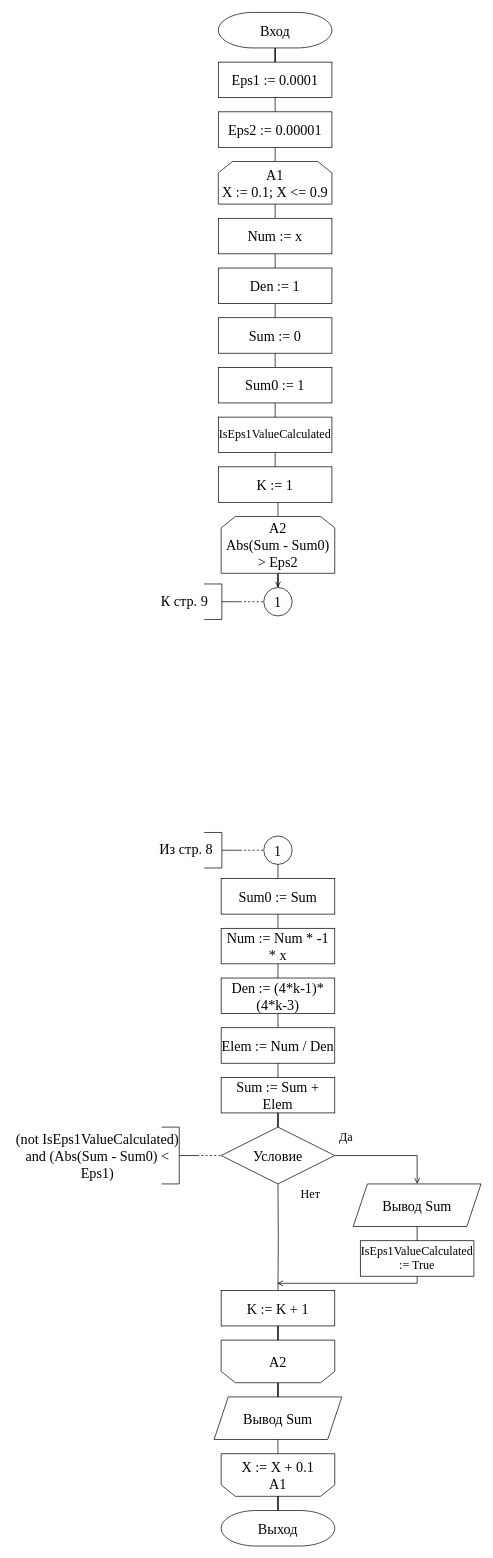
Earlier version of the draw.io diagram java5.drawio (RaJIk470/drawio). Source tidied: cells renumbered, new cells numbered last; positions are measured from the earlier drawing's top-left corner, leaving out a move shared by most shapes. Both pictures are drawn from the tidied source at 71%, with x=0, y=0 at pixel (12, 12).
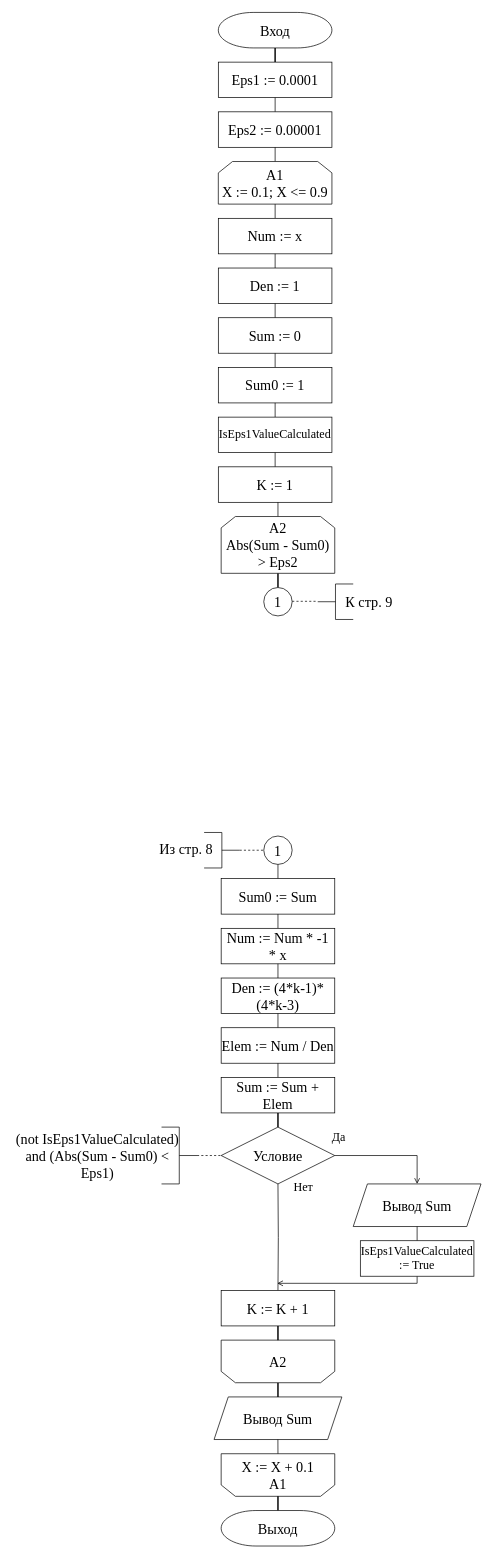
The same diagram, later.

Unchanged cells that the change refers to:
```xml
<mxCell id="23" value="А2&lt;br&gt;Abs(Sum - Sum0) &amp;gt; Eps2" style="shape=loopLimit;whiteSpace=wrap;html=1;fontFamily=Times New Roman;fontSize=20;strokeWidth=1;" parent="1" vertex="1">
  <mxGeometry x="294" y="710" width="160" height="80" as="geometry" />
</mxCell>
<mxCell id="24" value="1" style="ellipse;whiteSpace=wrap;html=1;fontFamily=Times New Roman;fontSize=20;strokeWidth=1;" parent="1" vertex="1">
  <mxGeometry x="354" y="810" width="40" height="40" as="geometry" />
</mxCell>
```

What changed in the source:
```diff
@@
-    <mxCell id="22" style="edgeStyle=orthogonalEdgeStyle;rounded=0;jettySize=auto;html=1;fontFamily=Times New Roman;fontSize=17;endArrow=open;endFill=0;entryX=0.5;entryY=0;entryDx=0;entryDy=0;" parent="1" edge="1" source="23" target="24">
+    <mxCell id="22" style="edgeStyle=orthogonalEdgeStyle;rounded=0;jettySize=auto;html=1;fontFamily=Times New Roman;fontSize=17;endArrow=none;endFill=0;entryX=0.5;entryY=0;entryDx=0;entryDy=0;" parent="1" edge="1" source="23" target="24">
       <mxGeometry relative="1" as="geometry" />
     </mxCell>
@@
     <mxCell id="43" value="Нет" style="text;html=1;strokeColor=none;fillColor=none;align=center;verticalAlign=middle;whiteSpace=wrap;rounded=0;fontFamily=Times New Roman;fontSize=17;" parent="1" vertex="1">
-      <mxGeometry x="390" y="1650" width="60" height="30" as="geometry" />
+      <mxGeometry x="380" y="1640" width="60" height="30" as="geometry" />
     </mxCell>
     <mxCell id="44" value="Да" style="text;html=1;strokeColor=none;fillColor=none;align=center;verticalAlign=middle;whiteSpace=wrap;rounded=0;fontFamily=Times New Roman;fontSize=17;" parent="1" vertex="1">
-      <mxGeometry x="440" y="1570" width="60" height="30" as="geometry" />
+      <mxGeometry x="430" y="1570" width="60" height="30" as="geometry" />
     </mxCell>
@@
     <mxCell id="61" style="endArrow=none;dashed=1;html=1;rounded=0;fontFamily=Times New Roman;fontSize=20;entryX=0;entryY=0.5;entryDx=0;entryDy=0;" parent="1" edge="1">
       <mxGeometry relative="1" as="geometry">
-        <mxPoint x="320" y="830" as="sourcePoint" />
-        <mxPoint x="354" y="830" as="targetPoint" />
+        <mxPoint x="394" y="829.4" as="sourcePoint" />
+        <mxPoint x="428" y="829.4" as="targetPoint" />
       </mxGeometry>
     </mxCell>
-    <mxCell id="62" style="strokeWidth=1;html=1;shape=mxgraph.flowchart.annotation_2;align=left;labelPosition=right;fontFamily=Times New Roman;fontSize=20;flipH=1;" parent="1" vertex="1">
-      <mxGeometry x="270" y="805" width="50" height="50" as="geometry" />
+    <mxCell id="62" style="strokeWidth=1;html=1;shape=mxgraph.flowchart.annotation_2;align=left;labelPosition=right;fontFamily=Times New Roman;fontSize=20;flipH=0;flipV=1;" parent="1" vertex="1">
+      <mxGeometry x="430" y="805" width="50" height="50" as="geometry" />
     </mxCell>
     <mxCell id="63" value="К стр. 9&amp;nbsp;" style="text;html=1;strokeColor=none;fillColor=none;align=center;verticalAlign=middle;whiteSpace=wrap;rounded=0;fontFamily=Times New Roman;fontSize=20;" parent="1" vertex="1">
-      <mxGeometry x="190" y="815" width="110" height="25" as="geometry" />
+      <mxGeometry x="450" y="817.5" width="110" height="25" as="geometry" />
     </mxCell>
```
